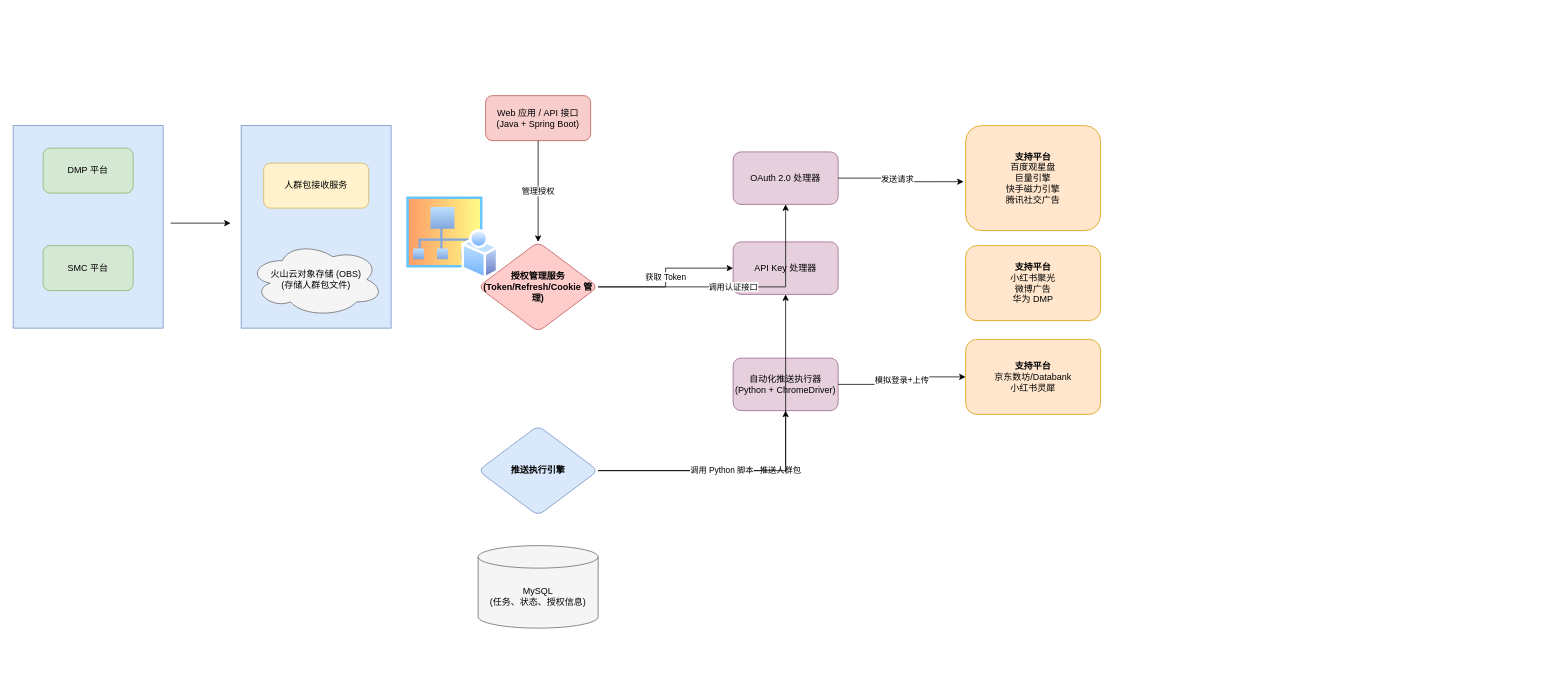
Before: 推包工具.drawio in DThadch/draw, a draw.io diagram. Source tidied: cells renumbered, new cells numbered last; positions are measured from the earlier drawing's top-left corner, leaving out a move shared by most shapes. Both pictures are drawn from the tidied source at 75%, with x=0, y=0 at pixel (13, 95).
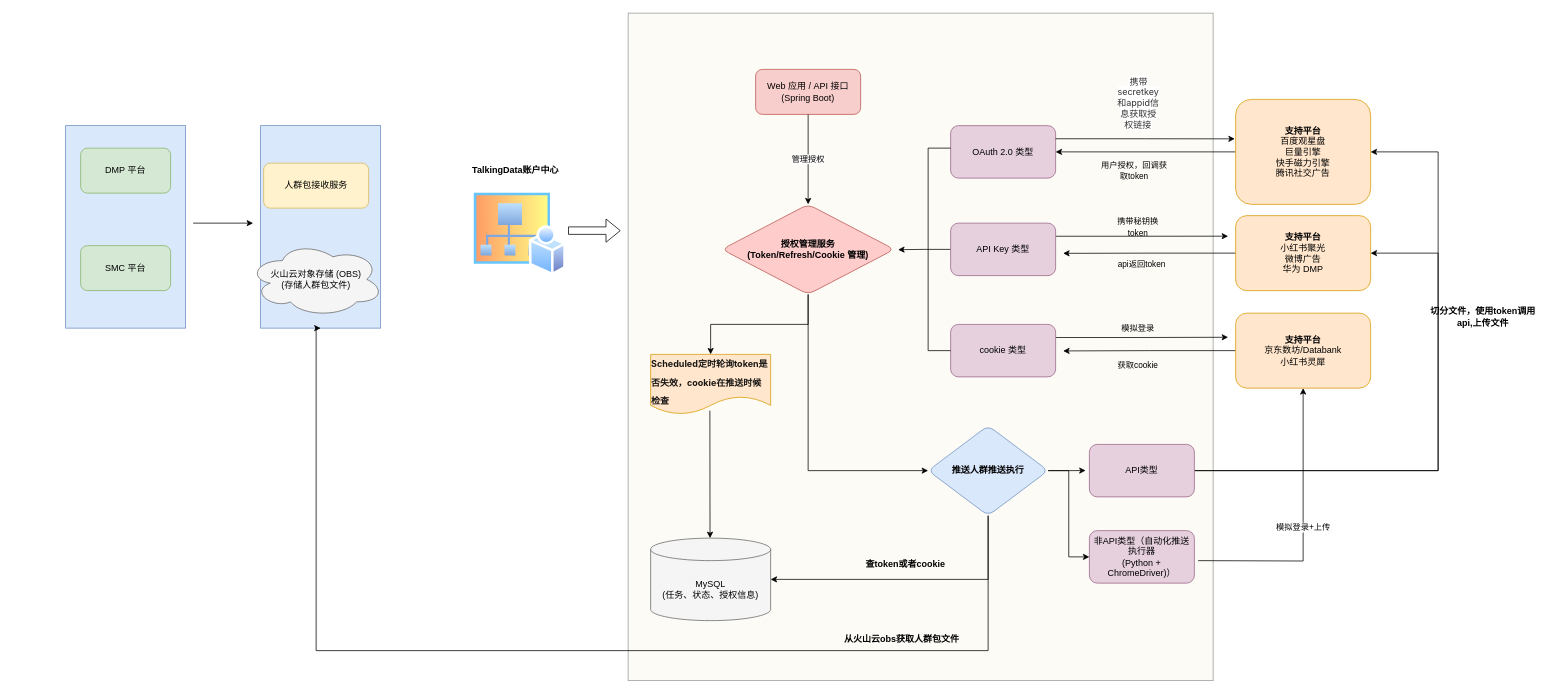
Above is the later version.

Commit message (it also covers changes not shown here):
更新推包工具.drawio

Diff of the diagram source:
```diff
@@
+    <mxCell id="28" style="rounded=0;whiteSpace=wrap;html=1;fillColor=#f9f7ed;strokeColor=#36393d;opacity=50;" parent="1" vertex="1">
+      <mxGeometry x="820" y="-110" width="780" height="890" as="geometry" />
+    </mxCell>
     <mxCell id="2" style="rounded=0;whiteSpace=wrap;html=1;fillColor=#dae8fc;strokeColor=#6c8ebf;" parent="1" vertex="1">
-      <mxGeometry x="304" y="40" width="200" height="270" as="geometry" />
+      <mxGeometry x="330" y="40" width="160" height="270" as="geometry" />
     </mxCell>
     <mxCell id="3" style="rounded=0;whiteSpace=wrap;html=1;fillColor=#dae8fc;strokeColor=#6c8ebf;" parent="1" vertex="1">
-      <mxGeometry y="40" width="200" height="270" as="geometry" />
+      <mxGeometry x="70" y="40" width="160" height="270" as="geometry" />
     </mxCell>
     <mxCell id="4" value="DMP 平台" style="rounded=1;whiteSpace=wrap;html=1;fillColor=#d5e8d4;strokeColor=#82b366;" parent="1" vertex="1">
-      <mxGeometry x="40" y="70" width="120" height="60" as="geometry" />
+      <mxGeometry x="90" y="70" width="120" height="60" as="geometry" />
     </mxCell>
     <mxCell id="5" value="SMC 平台" style="rounded=1;whiteSpace=wrap;html=1;fillColor=#d5e8d4;strokeColor=#82b366;" parent="1" vertex="1">
-      <mxGeometry x="40" y="200" width="120" height="60" as="geometry" />
+      <mxGeometry x="90" y="200" width="120" height="60" as="geometry" />
     </mxCell>
@@
     <mxCell id="8" value="MySQL&lt;br&gt;(任务、状态、授权信息)" style="shape=cylinder3;whiteSpace=wrap;html=1;boundedLbl=1;backgroundOutline=1;size=15;fillColor=#f5f5f5;strokeColor=#666666;" parent="1" vertex="1">
-      <mxGeometry x="620" y="600" width="160" height="110" as="geometry" />
+      <mxGeometry x="850" y="590" width="160" height="110" as="geometry" />
     </mxCell>
-    <mxCell id="9" value="Web 应用 / API 接口&lt;br&gt;(Java + Spring Boot)" style="rounded=1;whiteSpace=wrap;html=1;fillColor=#f8cecc;strokeColor=#b85450;" parent="1" vertex="1">
-      <mxGeometry x="630" width="140" height="60" as="geometry" />
+    <mxCell id="9" value="Web 应用 / API 接口&lt;br&gt;(Spring Boot)" style="rounded=1;whiteSpace=wrap;html=1;fillColor=#f8cecc;strokeColor=#b85450;" parent="1" vertex="1">
+      <mxGeometry x="990" y="-35" width="140" height="60" as="geometry" />
     </mxCell>
+    <mxCell id="29" style="edgeStyle=orthogonalEdgeStyle;rounded=0;jettySize=auto;html=1;exitX=0.5;exitY=1;exitDx=0;exitDy=0;" parent="1" edge="1" source="10" target="49">
+      <mxGeometry relative="1" as="geometry" />
+    </mxCell>
+    <mxCell id="30" style="edgeStyle=orthogonalEdgeStyle;rounded=0;jettySize=auto;html=1;exitX=0.5;exitY=1;exitDx=0;exitDy=0;entryX=0;entryY=0.5;entryDx=0;entryDy=0;" parent="1" edge="1" source="10" target="11">
+      <mxGeometry relative="1" as="geometry" />
+    </mxCell>
     <mxCell id="10" value="授权管理服务&lt;br&gt;(Token/Refresh/Cookie 管理)" style="rhombus;whiteSpace=wrap;html=1;rounded=1;fillColor=#ffcccc;strokeColor=#b85450;fontStyle=1;" parent="1" vertex="1">
-      <mxGeometry x="620" y="195" width="160" height="120" as="geometry" />
+      <mxGeometry x="945" y="145" width="230" height="120" as="geometry" />
     </mxCell>
+    <mxCell id="31" style="edgeStyle=orthogonalEdgeStyle;rounded=0;jettySize=auto;html=1;exitX=0.5;exitY=1;exitDx=0;exitDy=0;entryX=0.5;entryY=1;entryDx=0;entryDy=0;" parent="1" edge="1" source="11" target="2">
+      <mxGeometry relative="1" as="geometry">
+        <Array as="points">
+          <mxPoint x="1300" y="740" />
+          <mxPoint x="404" y="740" />
+        </Array>
+      </mxGeometry>
+    </mxCell>
+    <mxCell id="32" style="edgeStyle=orthogonalEdgeStyle;rounded=0;jettySize=auto;html=1;exitX=1;exitY=0.5;exitDx=0;exitDy=0;" parent="1" edge="1" source="11">
+      <mxGeometry relative="1" as="geometry">
+        <mxPoint x="1430" y="499.9" as="targetPoint" />
+      </mxGeometry>
+    </mxCell>
+    <mxCell id="33" style="edgeStyle=orthogonalEdgeStyle;rounded=0;jettySize=auto;html=1;exitX=1;exitY=0.5;exitDx=0;exitDy=0;entryX=0;entryY=0.5;entryDx=0;entryDy=0;" parent="1" edge="1" source="11" target="57">
+      <mxGeometry relative="1" as="geometry" />
+    </mxCell>
-    <mxCell id="11" value="推送执行引擎" style="rhombus;whiteSpace=wrap;html=1;rounded=1;fillColor=#dae8fc;strokeColor=#6c8ebf;fontStyle=1;" parent="1" vertex="1">
-      <mxGeometry x="620" y="440" width="160" height="120" as="geometry" />
+    <mxCell id="11" value="推送人群推送执行" style="rhombus;whiteSpace=wrap;html=1;rounded=1;fillColor=#dae8fc;strokeColor=#6c8ebf;fontStyle=1;" parent="1" vertex="1">
+      <mxGeometry x="1220" y="440" width="160" height="120" as="geometry" />
     </mxCell>
-    <mxCell id="12" value="OAuth 2.0 处理器" style="rounded=1;whiteSpace=wrap;html=1;fillColor=#e6d0de;strokeColor=#996185;" parent="1" vertex="1">
-      <mxGeometry x="960" y="75" width="140" height="70" as="geometry" />
+    <mxCell id="12" value="OAuth 2.0 类型" style="rounded=1;whiteSpace=wrap;html=1;fillColor=#e6d0de;strokeColor=#996185;" parent="1" vertex="1">
+      <mxGeometry x="1250" y="40" width="140" height="70" as="geometry" />
     </mxCell>
+    <mxCell id="34" style="edgeStyle=orthogonalEdgeStyle;rounded=0;jettySize=auto;html=1;exitX=0;exitY=0.5;exitDx=0;exitDy=0;entryX=1;entryY=0.5;entryDx=0;entryDy=0;" parent="1" edge="1" source="13" target="12">
+      <mxGeometry relative="1" as="geometry" />
+    </mxCell>
     <mxCell id="13" value="&lt;b&gt;支持平台&lt;/b&gt;&lt;br&gt;百度观星盘&lt;br&gt;巨量引擎&lt;br&gt;快手磁力引擎&lt;br&gt;腾讯社交广告" style="rounded=1;whiteSpace=wrap;html=1;align=center;verticalAlign=middle;fillColor=#ffe6cc;strokeColor=#d79b00;" parent="1" vertex="1">
-      <mxGeometry x="1270" y="40" width="180" height="140" as="geometry" />
+      <mxGeometry x="1630" y="5" width="180" height="140" as="geometry" />
     </mxCell>
+    <mxCell id="35" style="edgeStyle=orthogonalEdgeStyle;rounded=0;jettySize=auto;html=1;exitX=1;exitY=0.25;exitDx=0;exitDy=0;" parent="1" edge="1" source="14">
+      <mxGeometry relative="1" as="geometry">
+        <mxPoint x="1620" y="187.4" as="targetPoint" />
+      </mxGeometry>
+    </mxCell>
+    <mxCell id="36" style="edgeStyle=orthogonalEdgeStyle;rounded=0;jettySize=auto;html=1;exitX=0;exitY=0.5;exitDx=0;exitDy=0;" parent="1" edge="1" source="14">
+      <mxGeometry relative="1" as="geometry">
+        <mxPoint x="1180" y="205.4" as="targetPoint" />
+      </mxGeometry>
+    </mxCell>
-    <mxCell id="14" value="API Key 处理器" style="rounded=1;whiteSpace=wrap;html=1;fillColor=#e6d0de;strokeColor=#996185;" parent="1" vertex="1">
-      <mxGeometry x="960" y="195" width="140" height="70" as="geometry" />
+    <mxCell id="14" value="API Key 类型" style="rounded=1;whiteSpace=wrap;html=1;fillColor=#e6d0de;strokeColor=#996185;" parent="1" vertex="1">
+      <mxGeometry x="1250" y="170" width="140" height="70" as="geometry" />
     </mxCell>
+    <mxCell id="37" style="edgeStyle=orthogonalEdgeStyle;rounded=0;jettySize=auto;html=1;exitX=0;exitY=0.5;exitDx=0;exitDy=0;" parent="1" edge="1" source="15">
+      <mxGeometry relative="1" as="geometry">
+        <mxPoint x="1400" y="210.3" as="targetPoint" />
+      </mxGeometry>
+    </mxCell>
     <mxCell id="15" value="&lt;b&gt;支持平台&lt;/b&gt;&lt;br&gt;小红书聚光&lt;br&gt;微博广告&lt;br&gt;华为 DMP" style="rounded=1;whiteSpace=wrap;html=1;align=center;verticalAlign=middle;fillColor=#ffe6cc;strokeColor=#d79b00;" parent="1" vertex="1">
-      <mxGeometry x="1270" y="200" width="180" height="100" as="geometry" />
+      <mxGeometry x="1630" y="160" width="180" height="100" as="geometry" />
     </mxCell>
-    <mxCell id="16" value="自动化推送执行器&lt;br&gt;(Python + ChromeDriver)" style="rounded=1;whiteSpace=wrap;html=1;fillColor=#e6d0de;strokeColor=#996185;" parent="1" vertex="1">
-      <mxGeometry x="960" y="350" width="140" height="70" as="geometry" />
-    </mxCell>
+    <mxCell id="38" style="edgeStyle=orthogonalEdgeStyle;rounded=0;jettySize=auto;html=1;exitX=0;exitY=0.5;exitDx=0;exitDy=0;" parent="1" edge="1" source="17">
+      <mxGeometry relative="1" as="geometry">
+        <mxPoint x="1400" y="340.4" as="targetPoint" />
+      </mxGeometry>
+    </mxCell>
     <mxCell id="17" value="&lt;b&gt;支持平台&lt;/b&gt;&lt;br&gt;京东数坊/Databank&lt;br&gt;小红书灵犀" style="rounded=1;whiteSpace=wrap;html=1;align=center;verticalAlign=middle;fillColor=#ffe6cc;strokeColor=#d79b00;" parent="1" vertex="1">
-      <mxGeometry x="1270" y="325" width="180" height="100" as="geometry" />
+      <mxGeometry x="1630" y="290" width="180" height="100" as="geometry" />
     </mxCell>
@@
-    <mxCell id="19" value="调用认证接口" style="edgeStyle=orthogonalEdgeStyle;rounded=0;jettySize=auto;html=1;" parent="1" edge="1" source="10" target="12">
-      <mxGeometry relative="1" as="geometry" />
-    </mxCell>
-    <mxCell id="20" value="获取 Token" style="edgeStyle=orthogonalEdgeStyle;rounded=0;jettySize=auto;html=1;" parent="1" edge="1" source="10" target="14">
-      <mxGeometry relative="1" as="geometry" />
-    </mxCell>
-    <mxCell id="21" value="推送人群包" style="edgeStyle=orthogonalEdgeStyle;rounded=0;jettySize=auto;html=1;" parent="1" edge="1" source="11" target="14">
-      <mxGeometry relative="1" as="geometry" />
-    </mxCell>
-    <mxCell id="22" value="调用 Python 脚本" style="edgeStyle=orthogonalEdgeStyle;rounded=0;jettySize=auto;html=1;" parent="1" edge="1" source="11" target="16">
-      <mxGeometry relative="1" as="geometry" />
-    </mxCell>
-    <mxCell id="23" value="模拟登录+上传" style="edgeStyle=orthogonalEdgeStyle;rounded=0;jettySize=auto;html=1;" parent="1" edge="1" source="16" target="17">
-      <mxGeometry relative="1" as="geometry" />
+    <mxCell id="23" value="模拟登录+上传" style="edgeStyle=orthogonalEdgeStyle;rounded=0;jettySize=auto;html=1;" parent="1" edge="1" target="17">
+      <mxGeometry relative="1" as="geometry">
+        <mxPoint x="1580" y="620" as="sourcePoint" />
+      </mxGeometry>
     </mxCell>
     <mxCell id="24" style="endArrow=classic;html=1;rounded=0;" parent="1" edge="1">
       <mxGeometry relative="1" as="geometry">
-        <mxPoint x="210" y="170" as="sourcePoint" />
-        <mxPoint x="290" y="170" as="targetPoint" />
+        <mxPoint x="240" y="170" as="sourcePoint" />
+        <mxPoint x="320" y="170" as="targetPoint" />
       </mxGeometry>
     </mxCell>
+    <mxCell id="27" style="image;perimeter=ellipsePerimeter;html=1;align=center;shadow=0;dashed=0;spacingTop=3;image=img/lib/active_directory/my_sites.svg;opacity=60;" parent="1" vertex="1">
+      <mxGeometry x="610" y="125" width="127.8" height="115" as="geometry" />
+    </mxCell>
+    <mxCell id="39" value="&lt;b&gt;TalkingData账户中心&lt;/b&gt;" style="text;html=1;align=center;verticalAlign=middle;whiteSpace=wrap;rounded=0;" parent="1" vertex="1">
+      <mxGeometry x="610" y="85" width="120" height="30" as="geometry" />
+    </mxCell>
+    <mxCell id="40" style="edgeStyle=orthogonalEdgeStyle;rounded=0;jettySize=auto;html=1;exitX=1;exitY=0.25;exitDx=0;exitDy=0;" parent="1" edge="1" source="41">
+      <mxGeometry relative="1" as="geometry">
+        <mxPoint x="1620" y="322.2" as="targetPoint" />
+      </mxGeometry>
+    </mxCell>
+    <mxCell id="41" value="cookie 类型" style="rounded=1;whiteSpace=wrap;html=1;fillColor=#e6d0de;strokeColor=#996185;" parent="1" vertex="1">
+      <mxGeometry x="1250" y="305" width="140" height="70" as="geometry" />
+    </mxCell>
-    <mxCell id="25" style="edgeStyle=orthogonalEdgeStyle;rounded=0;jettySize=auto;html=1;exitX=1;exitY=0.5;exitDx=0;exitDy=0;entryX=-0.015;entryY=0.534;entryDx=0;entryDy=0;entryPerimeter=0;" parent="1" edge="1" source="12" target="13">
+    <mxCell id="25" style="edgeStyle=orthogonalEdgeStyle;rounded=0;jettySize=auto;html=1;exitX=1;exitY=0.25;exitDx=0;exitDy=0;entryX=-0.006;entryY=0.376;entryDx=0;entryDy=0;entryPerimeter=0;" parent="1" edge="1" source="12" target="13">
       <mxGeometry relative="1" as="geometry" />
     </mxCell>
-    <mxCell id="26" value="发送请求" style="edgeLabel;html=1;align=center;verticalAlign=middle;" parent="25" vertex="1">
-      <mxGeometry x="-0.1" y="-1" relative="1" as="geometry">
-        <mxPoint x="1" as="offset" />
-      </mxGeometry>
-    </mxCell>
-    <mxCell id="27" style="image;perimeter=ellipsePerimeter;html=1;align=center;shadow=0;dashed=0;spacingTop=3;image=img/lib/active_directory/my_sites.svg;opacity=60;" parent="1" vertex="1">
-      <mxGeometry x="520" y="130" width="127.8" height="115" as="geometry" />
-    </mxCell>
+    <mxCell id="42" value="&lt;span style=&quot;box-sizing: border-box; padding: 0px 1px; color: rgb(51, 51, 51); font-family: -apple-system, &amp;quot;system-ui&amp;quot;, &amp;quot;Segoe UI&amp;quot;, Roboto, &amp;quot;Helvetica Neue&amp;quot;, Arial, &amp;quot;Noto Sans&amp;quot;, sans-serif, &amp;quot;Apple Color Emoji&amp;quot;, &amp;quot;Segoe UI Emoji&amp;quot;, &amp;quot;Segoe UI Symbol&amp;quot;, &amp;quot;Noto Color Emoji&amp;quot;; text-align: start; text-wrap-mode: wrap; background-color: rgb(255, 255, 255);&quot;&gt;&lt;font&gt;携带secretkey和appid信息获取授权链接&lt;/font&gt;&lt;/span&gt;" style="text;html=1;align=center;verticalAlign=middle;strokeColor=none;fillColor=none;" parent="1" vertex="1">
+      <mxGeometry x="1380" y="-5" width="240" height="30" as="geometry" />
+    </mxCell>
+    <mxCell id="43" value="&lt;font style=&quot;font-size: 11px;&quot;&gt;用户授权，回调获取token&lt;/font&gt;" style="text;html=1;align=center;verticalAlign=middle;whiteSpace=wrap;rounded=0;" parent="1" vertex="1">
+      <mxGeometry x="1445" y="85" width="100" height="30" as="geometry" />
+    </mxCell>
+    <mxCell id="44" value="&lt;font style=&quot;font-size: 11px;&quot;&gt;携带秘钥换token&lt;/font&gt;" style="text;html=1;align=center;verticalAlign=middle;whiteSpace=wrap;rounded=0;" parent="1" vertex="1">
+      <mxGeometry x="1470" y="160" width="60" height="30" as="geometry" />
+    </mxCell>
+    <mxCell id="45" value="&lt;font style=&quot;font-size: 11px;&quot;&gt;api返回token&lt;/font&gt;" style="text;html=1;align=center;verticalAlign=middle;whiteSpace=wrap;rounded=0;" parent="1" vertex="1">
+      <mxGeometry x="1465" y="210" width="80" height="30" as="geometry" />
+    </mxCell>
+    <mxCell id="46" value="&lt;font style=&quot;font-size: 11px;&quot;&gt;模拟登录&lt;/font&gt;" style="text;html=1;align=center;verticalAlign=middle;whiteSpace=wrap;rounded=0;" parent="1" vertex="1">
+      <mxGeometry x="1470" y="295" width="60" height="30" as="geometry" />
+    </mxCell>
+    <mxCell id="47" value="&lt;font style=&quot;font-size: 11px;&quot;&gt;获取cookie&lt;/font&gt;" style="text;html=1;align=center;verticalAlign=middle;whiteSpace=wrap;rounded=0;" parent="1" vertex="1">
+      <mxGeometry x="1455" y="345" width="90" height="30" as="geometry" />
+    </mxCell>
+    <mxCell id="48" style="endArrow=none;html=1;rounded=0;exitX=0;exitY=0.5;exitDx=0;exitDy=0;" parent="1" edge="1" source="41">
+      <mxGeometry relative="1" as="geometry">
+        <mxPoint x="1250" y="70" as="targetPoint" />
+        <Array as="points">
+          <mxPoint x="1220" y="340" />
+          <mxPoint x="1220" y="70" />
+        </Array>
+      </mxGeometry>
+    </mxCell>
+    <mxCell id="49" value="&lt;h3 style=&quot;margin: 1.5rem 0px 0.5rem; padding: 0px; border: 0px; line-height: 1.5; vertical-align: baseline; color: rgba(0, 0, 0, 0.9); caret-color: rgba(0, 0, 0, 0.9); text-align: start;&quot;&gt;&lt;span style=&quot;margin: 0px; padding: 0px; border: 0px; font-style: inherit; font-variant: inherit; line-height: inherit; font-size-adjust: inherit; font-kerning: inherit; font-feature-settings: inherit; font-optical-sizing: inherit; font-variation-settings: inherit; font-family: -apple-system, BlinkMacSystemFont, &amp;quot;Segoe UI&amp;quot;, &amp;quot;PingFang SC&amp;quot;, &amp;quot;Microsoft YaHei&amp;quot;; vertical-align: baseline;&quot;&gt;&lt;code style=&quot;font-family: -apple-system, BlinkMacSystemFont, &amp;quot;Segoe UI&amp;quot;, &amp;quot;PingFang SC&amp;quot;, &amp;quot;Microsoft YaHei&amp;quot;; margin: 0px; padding: 0px; border: 0px; font-style: inherit; font-variant: inherit; line-height: 1.8; font-size-adjust: inherit; font-kerning: inherit; font-feature-settings: inherit; font-optical-sizing: inherit; font-variation-settings: inherit; vertical-align: baseline; white-space-collapse: break-spaces; word-break: break-word;&quot; class=&quot;hyc-common-markdown__code__inline&quot;&gt;&lt;font style=&quot;font-size: 12px;&quot;&gt;Scheduled定时轮询token是否失效，cookie在推送时候检查&lt;/font&gt;&lt;/code&gt;&lt;/span&gt;&lt;/h3&gt;" style="shape=document;whiteSpace=wrap;html=1;boundedLbl=1;fillColor=#ffe6cc;strokeColor=#d79b00;" parent="1" vertex="1">
+      <mxGeometry x="850" y="345" width="160" height="80" as="geometry" />
+    </mxCell>
+    <mxCell id="50" style="endArrow=classic;html=1;rounded=0;" parent="1" edge="1">
+      <mxGeometry relative="1" as="geometry">
+        <mxPoint x="929" y="420" as="sourcePoint" />
+        <mxPoint x="929.2" y="590" as="targetPoint" />
+      </mxGeometry>
+    </mxCell>
+    <mxCell id="51" style="edgeStyle=orthogonalEdgeStyle;rounded=0;jettySize=auto;html=1;exitX=0.5;exitY=1;exitDx=0;exitDy=0;entryX=1;entryY=0.5;entryDx=0;entryDy=0;entryPerimeter=0;" parent="1" edge="1" source="11" target="8">
+      <mxGeometry relative="1" as="geometry" />
+    </mxCell>
+    <mxCell id="52" value="&lt;b&gt;查token或者cookie&lt;/b&gt;" style="text;html=1;align=center;verticalAlign=middle;whiteSpace=wrap;rounded=0;" parent="1" vertex="1">
+      <mxGeometry x="1130" y="610" width="120" height="30" as="geometry" />
+    </mxCell>
+    <mxCell id="53" value="&lt;b&gt;从火山云obs获取人群包文件&lt;/b&gt;" style="text;html=1;align=center;verticalAlign=middle;whiteSpace=wrap;rounded=0;" parent="1" vertex="1">
+      <mxGeometry x="1100" y="710" width="170" height="30" as="geometry" />
+    </mxCell>
+    <mxCell id="54" style="edgeStyle=orthogonalEdgeStyle;rounded=0;jettySize=auto;html=1;exitX=1;exitY=0.5;exitDx=0;exitDy=0;entryX=1;entryY=0.5;entryDx=0;entryDy=0;" parent="1" edge="1" source="56" target="13">
+      <mxGeometry relative="1" as="geometry">
+        <Array as="points">
+          <mxPoint x="1900" y="500" />
+          <mxPoint x="1900" y="75" />
+        </Array>
+      </mxGeometry>
+    </mxCell>
+    <mxCell id="55" style="edgeStyle=orthogonalEdgeStyle;rounded=0;jettySize=auto;html=1;exitX=1;exitY=0.5;exitDx=0;exitDy=0;entryX=1;entryY=0.5;entryDx=0;entryDy=0;" parent="1" edge="1" source="56" target="15">
+      <mxGeometry relative="1" as="geometry">
+        <Array as="points">
+          <mxPoint x="1900" y="500" />
+          <mxPoint x="1900" y="210" />
+        </Array>
+      </mxGeometry>
+    </mxCell>
+    <mxCell id="56" value="API类型" style="rounded=1;whiteSpace=wrap;html=1;fillColor=#e6d0de;strokeColor=#996185;" parent="1" vertex="1">
+      <mxGeometry x="1435" y="465" width="140" height="70" as="geometry" />
+    </mxCell>
+    <mxCell id="57" value="非API类型（自动化推送执行器&lt;br&gt;(Python + ChromeDriver)）" style="rounded=1;whiteSpace=wrap;html=1;fillColor=#e6d0de;strokeColor=#996185;" parent="1" vertex="1">
+      <mxGeometry x="1435" y="580" width="140" height="70" as="geometry" />
+    </mxCell>
+    <mxCell id="58" value="&lt;b&gt;切分文件，使用token调用api,上传文件&lt;/b&gt;" style="text;html=1;align=center;verticalAlign=middle;whiteSpace=wrap;rounded=0;" parent="1" vertex="1">
+      <mxGeometry x="1880" y="280" width="160" height="30" as="geometry" />
+    </mxCell>
+    <mxCell id="59" style="shape=flexArrow;endArrow=classic;html=1;rounded=0;" parent="1" edge="1">
+      <mxGeometry relative="1" as="geometry">
+        <mxPoint x="740" y="180" as="sourcePoint" />
+        <mxPoint x="810" y="180" as="targetPoint" />
+      </mxGeometry>
+    </mxCell>
```
